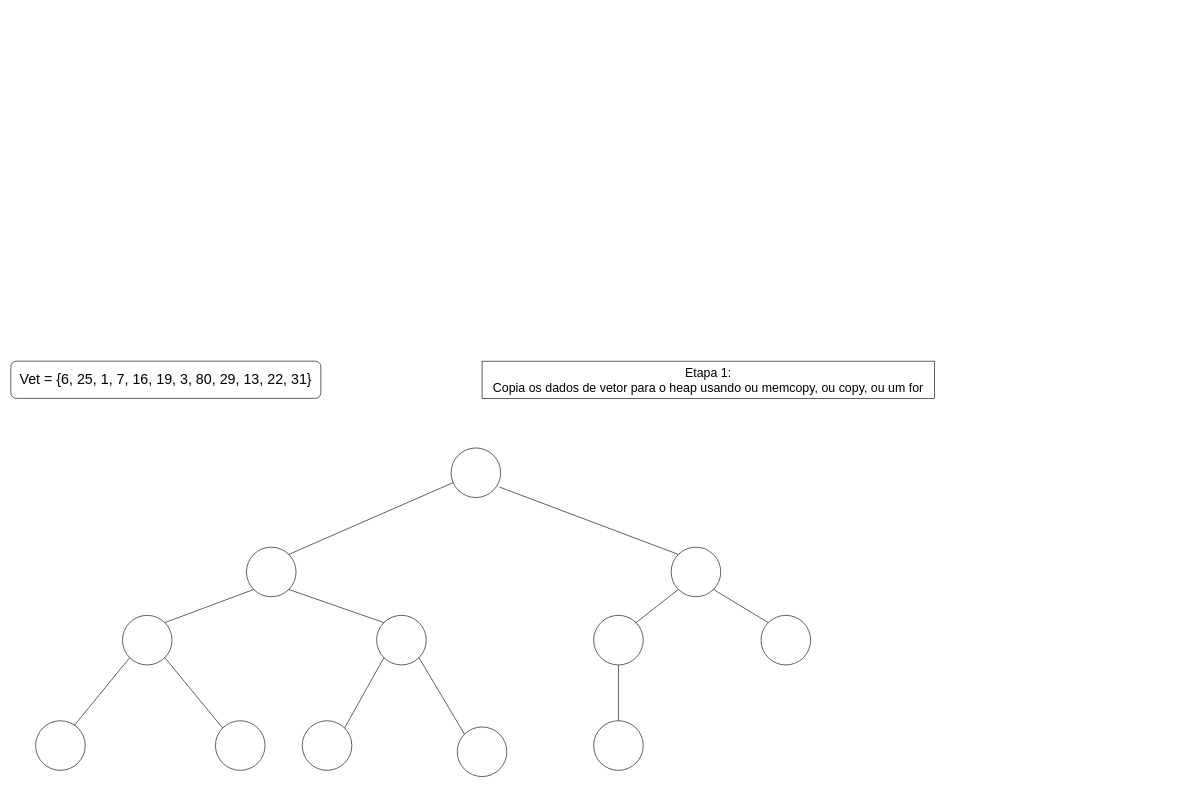
Earlier version of the draw.io diagram page "Etapa 0" (1 of 21) of Diagrama_Heap.drawio (Xang0/Diagramas-de-Estruturas-de-Dado). Source tidied: cells renumbered, new cells numbered last; positions are measured from the earlier drawing's top-left corner, leaving out a move shared by most shapes. Both pictures are drawn from the tidied source at 62%, with x=0, y=0 at pixel (11, 361).
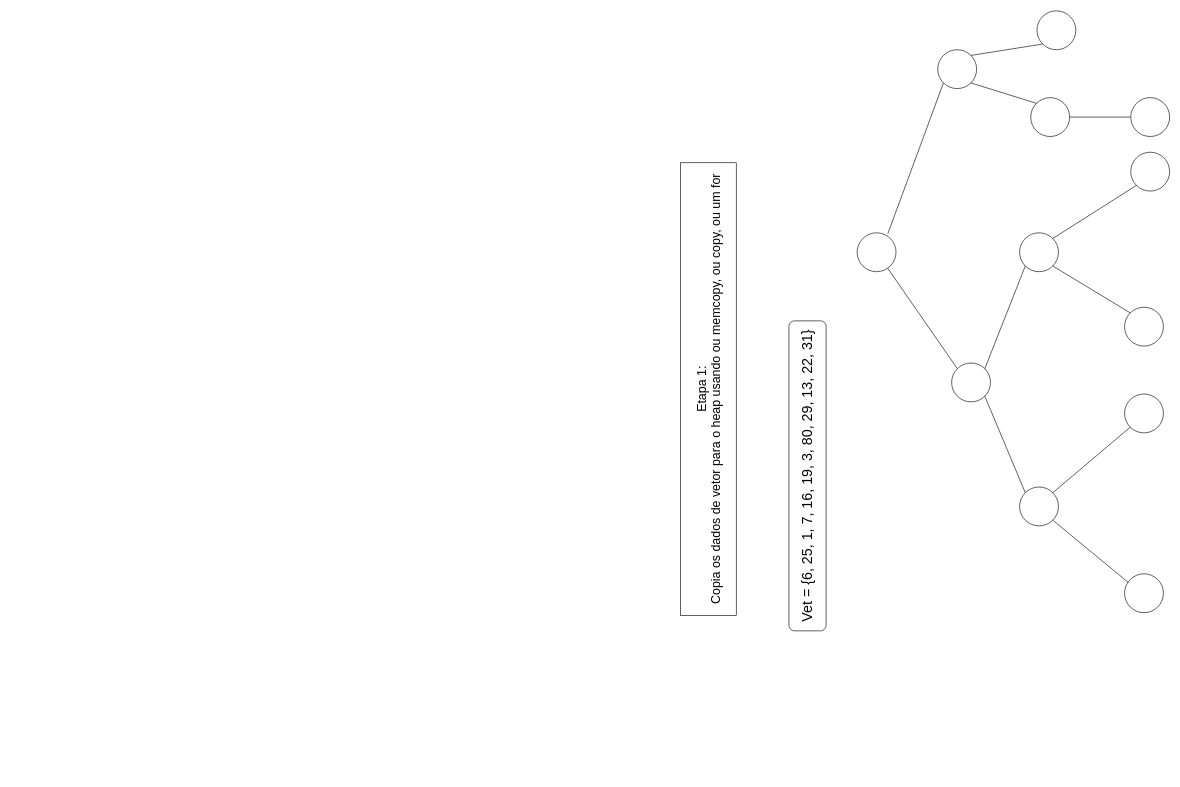
The same page after the edit.

What changed in the source:
```diff
@@
+    <mxCell id="27" value="&lt;div&gt;&lt;font style=&quot;font-size: 20px;&quot;&gt;Etapa 1:&lt;br&gt;&lt;/font&gt;&lt;/div&gt;&lt;div&gt;&lt;font style=&quot;font-size: 20px;&quot;&gt;Copia os dados de vetor para o heap usando ou memcopy, ou copy, ou um for&lt;/font&gt;&lt;/div&gt;" style="rounded=0;whiteSpace=wrap;html=1;rotation=-90;" parent="1" vertex="1">
+      <mxGeometry x="760" width="730" height="90" as="geometry" />
+    </mxCell>
+    <mxCell id="28" style="group;rotation=-90;" parent="1" vertex="1">
+      <mxGeometry x="1035" y="155" width="500" height="60" as="geometry" />
+    </mxCell>
+    <mxCell id="23" style="rounded=1;whiteSpace=wrap;html=1;rotation=-90;" parent="28" vertex="1">
+      <mxGeometry width="500" height="60" as="geometry" />
+    </mxCell>
+    <mxCell id="24" value="&lt;font style=&quot;font-size: 23px;&quot;&gt;Vet = {6,&amp;nbsp;25,&amp;nbsp;1,&amp;nbsp;7,&amp;nbsp;16,&amp;nbsp;19,&amp;nbsp;3,&amp;nbsp;80,&amp;nbsp;29,&amp;nbsp;13,&amp;nbsp;22,&amp;nbsp;31}&lt;/font&gt;" style="text;html=1;align=center;verticalAlign=middle;whiteSpace=wrap;rounded=0;rotation=-90;" parent="28" vertex="1">
+      <mxGeometry width="500" height="60" as="geometry" />
+    </mxCell>
+    <mxCell id="29" style="group;" parent="1" vertex="1">
+      <mxGeometry x="1365" y="-565" width="504" height="970.7" as="geometry" />
+    </mxCell>
-    <mxCell id="2" style="ellipse;whiteSpace=wrap;html=1;" parent="1" vertex="1">
-      <mxGeometry x="710" y="140" width="80" height="80" as="geometry" />
+    <mxCell id="2" style="ellipse;whiteSpace=wrap;html=1;direction=east;rotation=-90;" parent="29" vertex="1">
+      <mxGeometry y="358" width="62.7" height="62.7" as="geometry" />
     </mxCell>
-    <mxCell id="3" style="ellipse;whiteSpace=wrap;html=1;" parent="1" vertex="1">
-      <mxGeometry x="380" y="300" width="80" height="80" as="geometry" />
+    <mxCell id="3" style="ellipse;whiteSpace=wrap;html=1;direction=east;rotation=-90;" parent="29" vertex="1">
+      <mxGeometry x="152.4" y="568" width="62.7" height="62.7" as="geometry" />
     </mxCell>
-    <mxCell id="4" style="ellipse;whiteSpace=wrap;html=1;" parent="1" vertex="1">
-      <mxGeometry x="1065" y="300" width="80" height="80" as="geometry" />
+    <mxCell id="4" style="ellipse;whiteSpace=wrap;html=1;direction=east;rotation=-90;" parent="29" vertex="1">
+      <mxGeometry x="130" y="62.7" width="62.7" height="62.7" as="geometry" />
     </mxCell>
-    <mxCell id="5" style="endArrow=none;html=1;rounded=0;exitX=1;exitY=0;exitDx=0;exitDy=0;" parent="1" edge="1" source="3" target="2">
+    <mxCell id="5" style="endArrow=none;html=1;rounded=0;exitX=1;exitY=0;exitDx=0;exitDy=0;" parent="29" edge="1" source="3" target="2">
       <mxGeometry relative="1" as="geometry" />
     </mxCell>
-    <mxCell id="6" style="endArrow=none;html=1;rounded=0;entryX=0.975;entryY=0.788;entryDx=0;entryDy=0;entryPerimeter=0;exitX=0;exitY=0;exitDx=0;exitDy=0;" parent="1" edge="1" source="4" target="2">
+    <mxCell id="6" style="endArrow=none;html=1;rounded=0;entryX=0.975;entryY=0.788;entryDx=0;entryDy=0;exitX=0;exitY=0;exitDx=0;exitDy=0;entryPerimeter=0;" parent="29" edge="1" source="4" target="2">
       <mxGeometry relative="1" as="geometry" />
     </mxCell>
-    <mxCell id="7" style="ellipse;whiteSpace=wrap;html=1;" parent="1" vertex="1">
-      <mxGeometry x="180" y="410" width="80" height="80" as="geometry" />
+    <mxCell id="7" style="ellipse;whiteSpace=wrap;html=1;direction=east;rotation=-90;" parent="29" vertex="1">
+      <mxGeometry x="262" y="768" width="62.7" height="62.7" as="geometry" />
     </mxCell>
-    <mxCell id="8" style="ellipse;whiteSpace=wrap;html=1;" parent="1" vertex="1">
-      <mxGeometry x="590" y="410" width="80" height="80" as="geometry" />
+    <mxCell id="8" style="ellipse;whiteSpace=wrap;html=1;direction=east;rotation=-90;" parent="29" vertex="1">
+      <mxGeometry x="262" y="358" width="62.7" height="62.7" as="geometry" />
     </mxCell>
-    <mxCell id="9" style="endArrow=none;html=1;rounded=0;entryX=0;entryY=1;entryDx=0;entryDy=0;exitX=1;exitY=0;exitDx=0;exitDy=0;" parent="1" edge="1" source="7" target="3">
+    <mxCell id="9" style="endArrow=none;html=1;rounded=0;entryX=0;entryY=1;entryDx=0;entryDy=0;exitX=1;exitY=0;exitDx=0;exitDy=0;" parent="29" edge="1" source="7" target="3">
       <mxGeometry relative="1" as="geometry" />
     </mxCell>
-    <mxCell id="10" style="endArrow=none;html=1;rounded=0;entryX=1;entryY=1;entryDx=0;entryDy=0;exitX=0;exitY=0;exitDx=0;exitDy=0;" parent="1" edge="1" source="8" target="3">
+    <mxCell id="10" style="endArrow=none;html=1;rounded=0;entryX=1;entryY=1;entryDx=0;entryDy=0;exitX=0;exitY=0;exitDx=0;exitDy=0;" parent="29" edge="1" source="8" target="3">
       <mxGeometry relative="1" as="geometry" />
     </mxCell>
-    <mxCell id="11" style="ellipse;whiteSpace=wrap;html=1;" parent="1" vertex="1">
-      <mxGeometry x="720" y="590" width="80" height="80" as="geometry" />
+    <mxCell id="11" style="ellipse;whiteSpace=wrap;html=1;direction=east;rotation=-90;" parent="29" vertex="1">
+      <mxGeometry x="441.3" y="228" width="62.7" height="62.7" as="geometry" />
     </mxCell>
-    <mxCell id="12" style="ellipse;whiteSpace=wrap;html=1;" parent="1" vertex="1">
-      <mxGeometry x="470" y="580" width="80" height="80" as="geometry" />
+    <mxCell id="12" style="ellipse;whiteSpace=wrap;html=1;direction=east;rotation=-90;" parent="29" vertex="1">
+      <mxGeometry x="431.3" y="478" width="62.7" height="62.7" as="geometry" />
     </mxCell>
-    <mxCell id="13" style="endArrow=none;html=1;rounded=0;entryX=1;entryY=1;entryDx=0;entryDy=0;exitX=0;exitY=0;exitDx=0;exitDy=0;" parent="1" edge="1" source="11" target="8">
+    <mxCell id="13" style="endArrow=none;html=1;rounded=0;entryX=1;entryY=1;entryDx=0;entryDy=0;exitX=0;exitY=0;exitDx=0;exitDy=0;" parent="29" edge="1" source="11" target="8">
       <mxGeometry relative="1" as="geometry" />
     </mxCell>
-    <mxCell id="14" style="endArrow=none;html=1;rounded=0;entryX=0;entryY=1;entryDx=0;entryDy=0;exitX=1;exitY=0;exitDx=0;exitDy=0;" parent="1" edge="1" source="12" target="8">
+    <mxCell id="14" style="endArrow=none;html=1;rounded=0;entryX=0;entryY=1;entryDx=0;entryDy=0;exitX=1;exitY=0;exitDx=0;exitDy=0;" parent="29" edge="1" source="12" target="8">
       <mxGeometry relative="1" as="geometry" />
     </mxCell>
-    <mxCell id="15" style="ellipse;whiteSpace=wrap;html=1;" parent="1" vertex="1">
-      <mxGeometry x="330" y="580" width="80" height="80" as="geometry" />
+    <mxCell id="15" style="ellipse;whiteSpace=wrap;html=1;direction=east;rotation=-90;" parent="29" vertex="1">
+      <mxGeometry x="431.3" y="618" width="62.7" height="62.7" as="geometry" />
     </mxCell>
-    <mxCell id="16" style="ellipse;whiteSpace=wrap;html=1;" parent="1" vertex="1">
-      <mxGeometry x="40" y="580" width="80" height="80" as="geometry" />
+    <mxCell id="16" style="ellipse;whiteSpace=wrap;html=1;direction=east;rotation=-90;" parent="29" vertex="1">
+      <mxGeometry x="431.3" y="908" width="62.7" height="62.7" as="geometry" />
     </mxCell>
-    <mxCell id="17" style="endArrow=none;html=1;rounded=0;entryX=1;entryY=1;entryDx=0;entryDy=0;exitX=0;exitY=0;exitDx=0;exitDy=0;" parent="1" edge="1" source="15" target="7">
+    <mxCell id="17" style="endArrow=none;html=1;rounded=0;entryX=1;entryY=1;entryDx=0;entryDy=0;exitX=0;exitY=0;exitDx=0;exitDy=0;" parent="29" edge="1" source="15" target="7">
       <mxGeometry relative="1" as="geometry" />
     </mxCell>
-    <mxCell id="18" style="endArrow=none;html=1;rounded=0;entryX=0;entryY=1;entryDx=0;entryDy=0;exitX=0.775;exitY=0.1;exitDx=0;exitDy=0;exitPerimeter=0;" parent="1" edge="1" source="16" target="7">
+    <mxCell id="18" style="endArrow=none;html=1;rounded=0;entryX=0;entryY=1;entryDx=0;entryDy=0;exitX=0.775;exitY=0.1;exitDx=0;exitDy=0;exitPerimeter=0;" parent="29" edge="1" source="16" target="7">
       <mxGeometry relative="1" as="geometry" />
     </mxCell>
-    <mxCell id="19" style="ellipse;whiteSpace=wrap;html=1;" parent="1" vertex="1">
-      <mxGeometry x="940" y="410" width="80" height="80" as="geometry" />
+    <mxCell id="19" style="ellipse;whiteSpace=wrap;html=1;direction=east;rotation=-90;" parent="29" vertex="1">
+      <mxGeometry x="280" y="140" width="62.7" height="62.7" as="geometry" />
     </mxCell>
-    <mxCell id="20" style="ellipse;whiteSpace=wrap;html=1;" parent="1" vertex="1">
-      <mxGeometry x="1210" y="410" width="80" height="80" as="geometry" />
+    <mxCell id="20" style="ellipse;whiteSpace=wrap;html=1;direction=east;rotation=-90;" parent="29" vertex="1">
+      <mxGeometry x="290" width="62.7" height="62.7" as="geometry" />
     </mxCell>
-    <mxCell id="21" style="endArrow=none;html=1;rounded=0;entryX=0;entryY=1;entryDx=0;entryDy=0;exitX=1;exitY=0;exitDx=0;exitDy=0;" parent="1" edge="1" source="19" target="4">
+    <mxCell id="21" style="endArrow=none;html=1;rounded=0;entryX=0;entryY=1;entryDx=0;entryDy=0;exitX=1;exitY=0;exitDx=0;exitDy=0;" parent="29" edge="1" source="19" target="4">
       <mxGeometry relative="1" as="geometry" />
     </mxCell>
-    <mxCell id="22" style="endArrow=none;html=1;rounded=0;entryX=1;entryY=1;entryDx=0;entryDy=0;exitX=0;exitY=0;exitDx=0;exitDy=0;" parent="1" edge="1" source="20" target="4">
+    <mxCell id="22" style="endArrow=none;html=1;rounded=0;entryX=1;entryY=1;entryDx=0;entryDy=0;exitX=0;exitY=0;exitDx=0;exitDy=0;" parent="29" edge="1" source="20" target="4">
       <mxGeometry relative="1" as="geometry" />
     </mxCell>
-    <mxCell id="23" style="rounded=1;whiteSpace=wrap;html=1;" parent="1" vertex="1">
-      <mxGeometry width="500" height="60" as="geometry" />
-    </mxCell>
-    <mxCell id="24" value="&lt;font style=&quot;font-size: 23px;&quot;&gt;Vet = {6,&amp;nbsp;25,&amp;nbsp;1,&amp;nbsp;7,&amp;nbsp;16,&amp;nbsp;19,&amp;nbsp;3,&amp;nbsp;80,&amp;nbsp;29,&amp;nbsp;13,&amp;nbsp;22,&amp;nbsp;31}&lt;/font&gt;" style="text;html=1;align=center;verticalAlign=middle;whiteSpace=wrap;rounded=0;" parent="1" vertex="1">
-      <mxGeometry width="500" height="60" as="geometry" />
-    </mxCell>
-    <mxCell id="25" style="ellipse;whiteSpace=wrap;html=1;" parent="1" vertex="1">
-      <mxGeometry x="940" y="580" width="80" height="80" as="geometry" />
+    <mxCell id="25" style="ellipse;whiteSpace=wrap;html=1;direction=east;rotation=-90;" parent="29" vertex="1">
+      <mxGeometry x="441.3" y="140" width="62.7" height="62.7" as="geometry" />
     </mxCell>
-    <mxCell id="26" style="endArrow=none;html=1;rounded=0;entryX=0.5;entryY=1;entryDx=0;entryDy=0;exitX=0.5;exitY=0;exitDx=0;exitDy=0;" parent="1" edge="1" source="25" target="19">
+    <mxCell id="26" style="endArrow=none;html=1;rounded=0;entryX=0.5;entryY=1;entryDx=0;entryDy=0;exitX=0.5;exitY=0;exitDx=0;exitDy=0;" parent="29" edge="1" source="25" target="19">
       <mxGeometry relative="1" as="geometry" />
     </mxCell>
-    <mxCell id="27" value="&lt;div&gt;&lt;font style=&quot;font-size: 20px;&quot;&gt;Etapa 1:&lt;br&gt;&lt;/font&gt;&lt;/div&gt;&lt;div&gt;&lt;font style=&quot;font-size: 20px;&quot;&gt;Copia os dados de vetor para o heap usando ou memcopy, ou copy, ou um for&lt;/font&gt;&lt;/div&gt;" style="rounded=0;whiteSpace=wrap;html=1;" parent="1" vertex="1">
-      <mxGeometry x="760" width="730" height="60" as="geometry" />
-    </mxCell>
```
